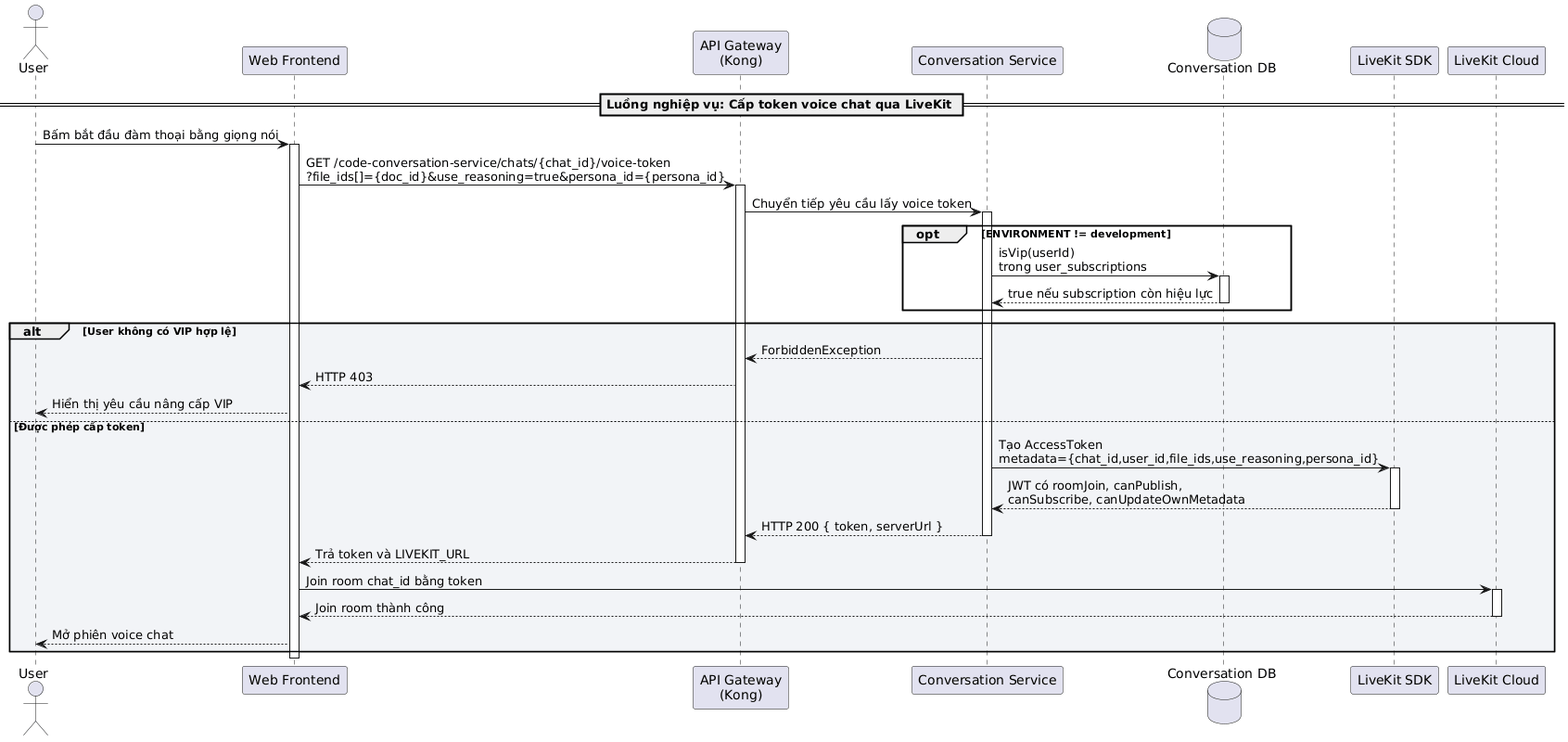
20206205Tech/docs-latex keeps this PlantUML diagram as latex/contents/Sequence/UML-Sequence-UserVoiceLiveKitToken.png. Above is the earlier version.
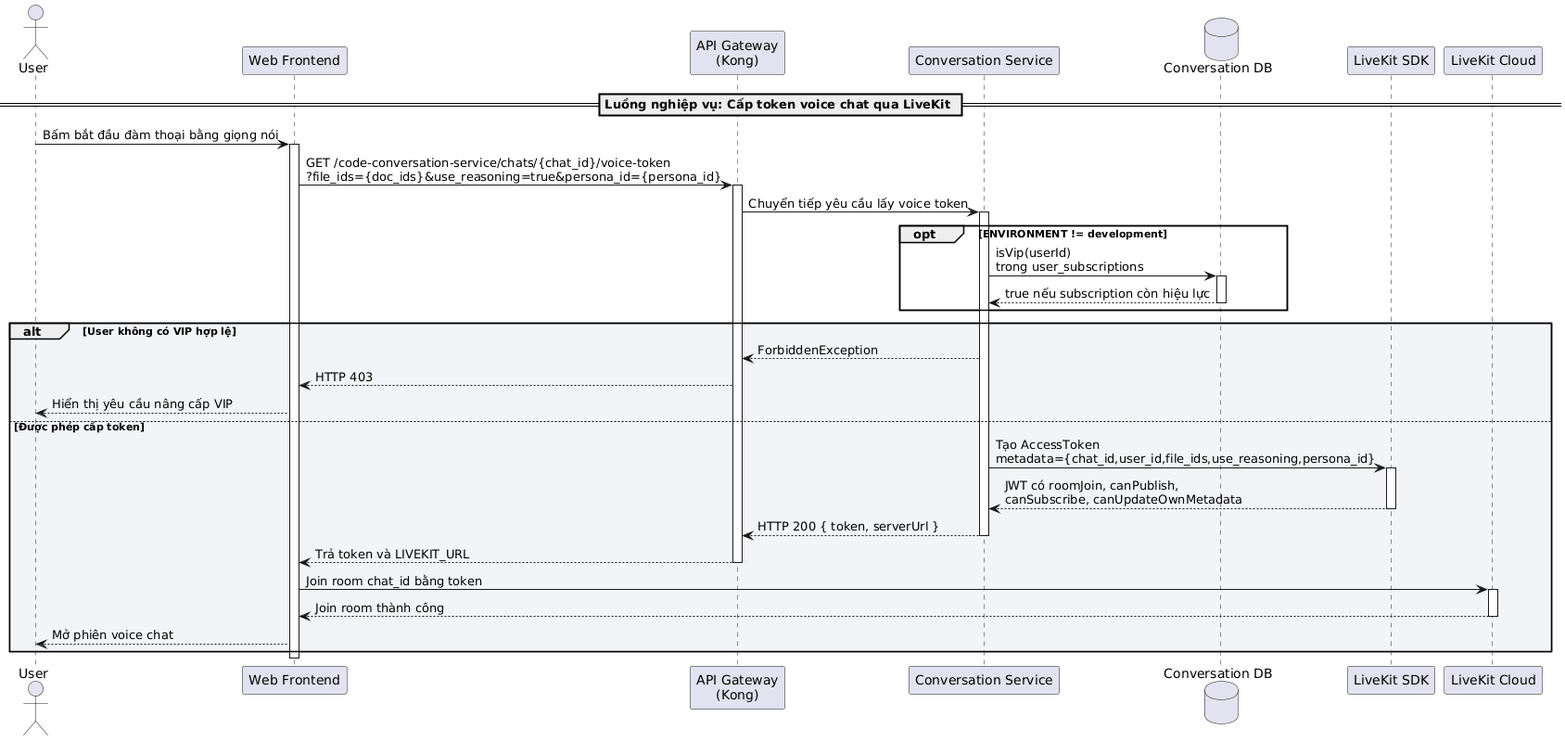
The same file after the commit.

The edit, as a diff of the source:
```diff
@@ -12,7 +12,7 @@
 User -> Frontend: Bấm bắt đầu đàm thoại bằng giọng nói
 activate Frontend
 
-Frontend -> Kong: GET /code-conversation-service/chats/{chat_id}/voice-token\n?file_ids[]={doc_id}&use_reasoning=true&persona_id={persona_id}
+Frontend -> Kong: GET /code-conversation-service/chats/{chat_id}/voice-token\n?file_ids={doc_ids}&use_reasoning=true&persona_id={persona_id}
 activate Kong
 Kong -> ConversationService: Chuyển tiếp yêu cầu lấy voice token
 activate ConversationService
```
